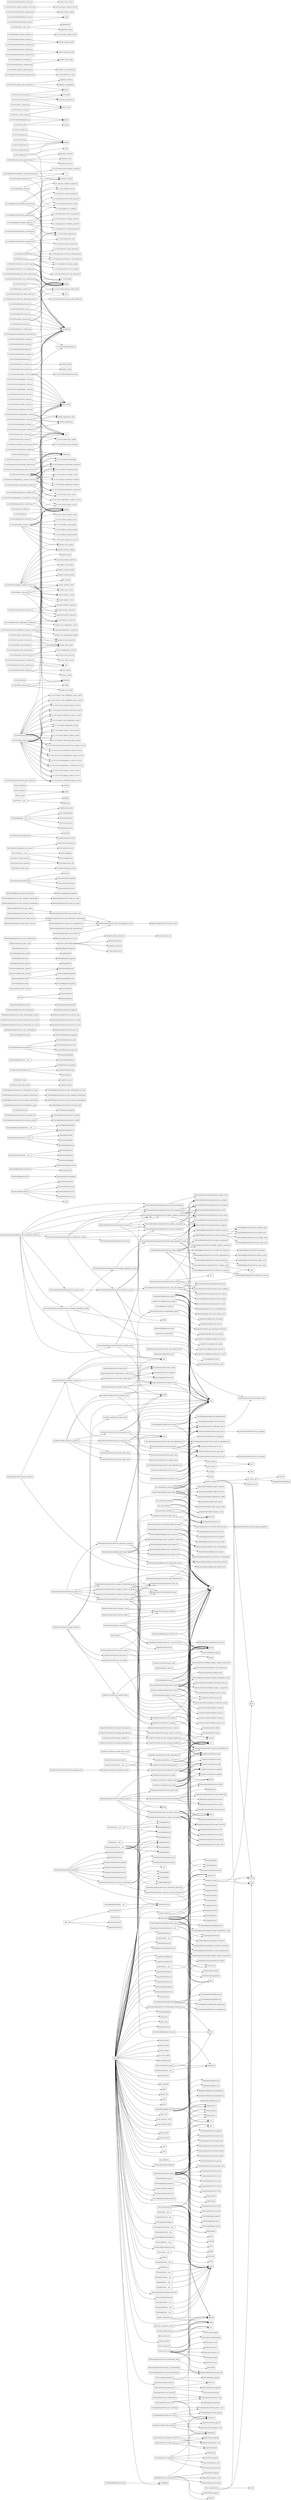
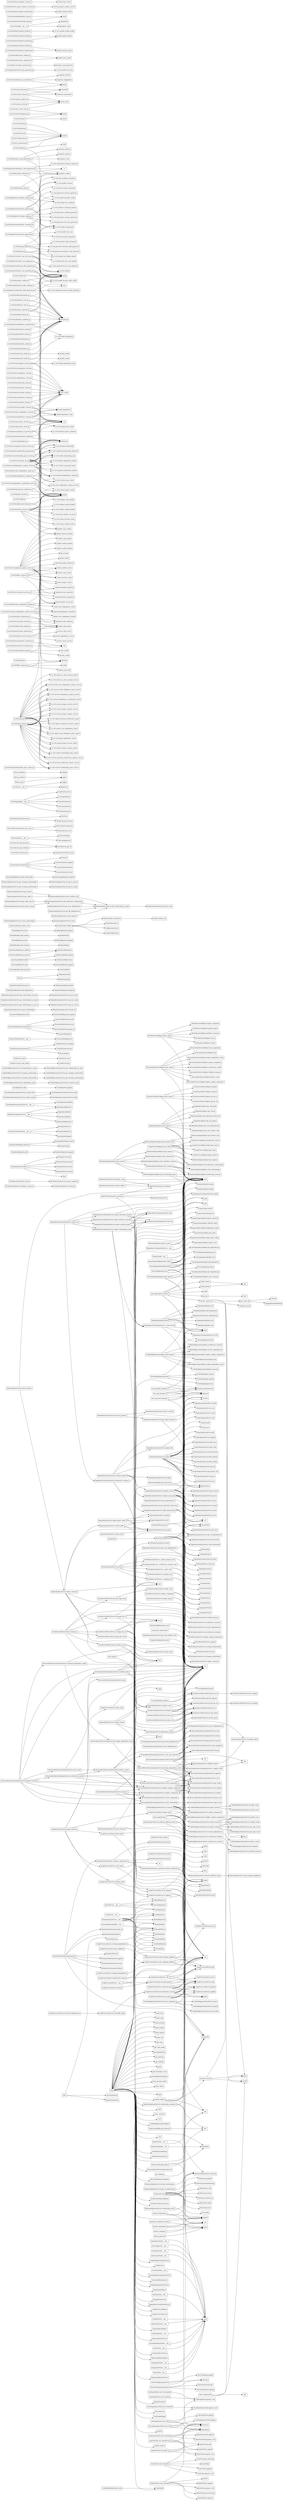
digraph "Relationship Graph" {
    rankdir=LR;
    node [shape=box];

    "ABC" -> "ParserInterface";
    "ABC" -> "RepositoryInterface";
    "ABC" -> "ServiceInterface";
+     "AICodeAssistantReport.print_report" -> "AICodeAssistantReport.answer";
+     "AICodeAssistantReport.print_report" -> "AICodeAssistantReport.explain_component";
+     "AICodeAssistantReport.print_report" -> "AICodeAssistantReport.explain_impact";
+     "AICodeAssistantReport.print_report" -> "AICodeAssistantReport.platform_summary";
+     "AICodeAssistantReport.print_report" -> "AICodeAssistantReport.search";
+     "AICodeAssistantReport.print_report" -> "print";
+     "AICodeAssistantService._architecture_summary_text" -> "AICodeAssistantService.architecture_summary";
+     "AICodeAssistantService._coupling_text" -> "AICodeAssistantService.highly_coupled_components";
+     "AICodeAssistantService._coupling_text" -> "len";
+     "AICodeAssistantService._cycles_text" -> "AICodeAssistantService.circular_dependencies";
+     "AICodeAssistantService._cycles_text" -> "len";
+     "AICodeAssistantService._health_summary_text" -> "AICodeAssistantService.health_summary";
+     "AICodeAssistantService._hotspots_text" -> "AICodeAssistantService.architecture_hotspots";
+     "AICodeAssistantService._hotspots_text" -> "len";
+     "AICodeAssistantService.answer" -> "AICodeAssistantService._architecture_summary_text";
+     "AICodeAssistantService.answer" -> "AICodeAssistantService._coupling_text";
+     "AICodeAssistantService.answer" -> "AICodeAssistantService._cycles_text";
+     "AICodeAssistantService.answer" -> "AICodeAssistantService._health_summary_text";
+     "AICodeAssistantService.answer" -> "AICodeAssistantService._hotspots_text";
+     "AICodeAssistantService.answer" -> "AICodeAssistantService.lower";
+     "AICodeAssistantService.explain_component" -> "AICodeAssistantService.append";
+     "AICodeAssistantService.explain_component" -> "AICodeAssistantService.incoming_relationships";
+     "AICodeAssistantService.explain_component" -> "AICodeAssistantService.join";
+     "AICodeAssistantService.explain_component" -> "AICodeAssistantService.outgoing_relationships";
+     "AICodeAssistantService.explain_component" -> "len";
+     "AICodeAssistantService.explain_impact" -> "AICodeAssistantService.impact_summary";
+     "AICodeAssistantService.explain_impact" -> "len";
+     "AICodeAssistantService.platform_summary" -> "AICodeAssistantService.summary";
+     "AICodeAssistantService.search" -> "AICodeAssistantService.search_component";
    "AdvancedArchitectureAnalysisService._dfs_cycle_detection" -> "AdvancedArchitectureAnalysisService.add";
    "AdvancedArchitectureAnalysisService._dfs_cycle_detection" -> "AdvancedArchitectureAnalysisService.append";
    "AdvancedArchitectureAnalysisService._dfs_cycle_detection" -> "AdvancedArchitectureAnalysisService.get_neighbors";
    "AdvancedArchitectureAnalysisService._dfs_cycle_detection" -> "AdvancedArchitectureAnalysisService.index";
    "AdvancedArchitectureAnalysisService._dfs_cycle_detection" -> "AdvancedArchitectureAnalysisService.pop";
    "AdvancedArchitectureAnalysisService._dfs_cycle_detection" -> "AdvancedArchitectureAnalysisService.remove";
    "AdvancedArchitectureAnalysisService._longest_chain" -> "dfs";
    "AdvancedArchitectureAnalysisService.architecture_smells" -> "AdvancedArchitectureAnalysisService.append";
    "AdvancedArchitectureAnalysisService.architecture_smells" -> "AdvancedArchitectureAnalysisService.detect_cycles";
    "AdvancedArchitectureAnalysisService.architecture_smells" -> "AdvancedArchitectureAnalysisService.highly_coupled_components";
    "AdvancedArchitectureAnalysisService.architecture_smells" -> "AdvancedArchitectureAnalysisService.hub_components";
    "AdvancedArchitectureAnalysisService.architecture_smells" -> "AdvancedArchitectureAnalysisService.join";
    "AdvancedArchitectureAnalysisService.cycle_count" -> "AdvancedArchitectureAnalysisService.detect_cycles";
    "AdvancedArchitectureAnalysisService.cycle_count" -> "len";
    "AdvancedArchitectureAnalysisService.detailed_summary" -> "AdvancedArchitectureAnalysisService.architecture_smells";
    "AdvancedArchitectureAnalysisService.detailed_summary" -> "AdvancedArchitectureAnalysisService.cycle_count";
    "AdvancedArchitectureAnalysisService.detailed_summary" -> "AdvancedArchitectureAnalysisService.highly_coupled_components";
    "AdvancedArchitectureAnalysisService.detailed_summary" -> "AdvancedArchitectureAnalysisService.hub_components";
    "AdvancedArchitectureAnalysisService.detailed_summary" -> "AdvancedArchitectureAnalysisService.maximum_dependency_depth";
    "AdvancedArchitectureAnalysisService.detailed_summary" -> "AdvancedArchitectureAnalysisService.orphan_components";
    "AdvancedArchitectureAnalysisService.detailed_summary" -> "AdvancedArchitectureAnalysisService.stability_index";
    "AdvancedArchitectureAnalysisService.detailed_summary" -> "AdvancedArchitectureAnalysisService.total_components";
    "AdvancedArchitectureAnalysisService.detailed_summary" -> "AdvancedArchitectureAnalysisService.total_relationships";
    "AdvancedArchitectureAnalysisService.detailed_summary" -> "len";
    "AdvancedArchitectureAnalysisService.detect_cycles" -> "AdvancedArchitectureAnalysisService._dfs_cycle_detection";
    "AdvancedArchitectureAnalysisService.detect_cycles" -> "AdvancedArchitectureAnalysisService.add";
    "AdvancedArchitectureAnalysisService.detect_cycles" -> "AdvancedArchitectureAnalysisService.append";
    "AdvancedArchitectureAnalysisService.detect_cycles" -> "AdvancedArchitectureAnalysisService.get_nodes";
    "AdvancedArchitectureAnalysisService.detect_cycles" -> "set";
    "AdvancedArchitectureAnalysisService.detect_cycles" -> "sorted";
    "AdvancedArchitectureAnalysisService.detect_cycles" -> "tuple";
    "AdvancedArchitectureAnalysisService.dfs" -> "AdvancedArchitectureAnalysisService.append";
    "AdvancedArchitectureAnalysisService.dfs" -> "AdvancedArchitectureAnalysisService.get_neighbors";
    "AdvancedArchitectureAnalysisService.dfs" -> "AdvancedArchitectureAnalysisService.pop";
    "AdvancedArchitectureAnalysisService.dfs" -> "dfs";
    "AdvancedArchitectureAnalysisService.dfs" -> "len";
    "AdvancedArchitectureAnalysisService.dfs" -> "list";
    "AdvancedArchitectureAnalysisService.find_deep_dependency_chains" -> "AdvancedArchitectureAnalysisService._longest_chain";
    "AdvancedArchitectureAnalysisService.find_deep_dependency_chains" -> "AdvancedArchitectureAnalysisService.append";
    "AdvancedArchitectureAnalysisService.find_deep_dependency_chains" -> "AdvancedArchitectureAnalysisService.get_nodes";
    "AdvancedArchitectureAnalysisService.find_deep_dependency_chains" -> "AdvancedArchitectureAnalysisService.sort";
    "AdvancedArchitectureAnalysisService.find_deep_dependency_chains" -> "len";
    "AdvancedArchitectureAnalysisService.highly_coupled_components" -> "AdvancedArchitectureAnalysisService.append";
    "AdvancedArchitectureAnalysisService.highly_coupled_components" -> "AdvancedArchitectureAnalysisService.get_nodes";
    "AdvancedArchitectureAnalysisService.highly_coupled_components" -> "AdvancedArchitectureAnalysisService.in_degree";
    "AdvancedArchitectureAnalysisService.highly_coupled_components" -> "AdvancedArchitectureAnalysisService.out_degree";
    "AdvancedArchitectureAnalysisService.highly_coupled_components" -> "AdvancedArchitectureAnalysisService.sort";
    "AdvancedArchitectureAnalysisService.hub_components" -> "AdvancedArchitectureAnalysisService.append";
    "AdvancedArchitectureAnalysisService.hub_components" -> "AdvancedArchitectureAnalysisService.get_nodes";
    "AdvancedArchitectureAnalysisService.hub_components" -> "AdvancedArchitectureAnalysisService.in_degree";
    "AdvancedArchitectureAnalysisService.hub_components" -> "AdvancedArchitectureAnalysisService.out_degree";
    "AdvancedArchitectureAnalysisService.hub_components" -> "AdvancedArchitectureAnalysisService.sort";
    "AdvancedArchitectureAnalysisService.longest_dependency_chain" -> "AdvancedArchitectureAnalysisService.find_deep_dependency_chains";
    "AdvancedArchitectureAnalysisService.maximum_dependency_depth" -> "AdvancedArchitectureAnalysisService.longest_dependency_chain";
    "AdvancedArchitectureAnalysisService.maximum_dependency_depth" -> "len";
    "AdvancedArchitectureAnalysisService.maximum_dependency_depth" -> "max";
    "AdvancedArchitectureAnalysisService.orphan_components" -> "AdvancedArchitectureAnalysisService.append";
    "AdvancedArchitectureAnalysisService.orphan_components" -> "AdvancedArchitectureAnalysisService.get_nodes";
    "AdvancedArchitectureAnalysisService.orphan_components" -> "AdvancedArchitectureAnalysisService.in_degree";
    "AdvancedArchitectureAnalysisService.orphan_components" -> "AdvancedArchitectureAnalysisService.out_degree";
    "AdvancedArchitectureAnalysisService.orphan_components" -> "sorted";
    "AdvancedArchitectureAnalysisService.stability_index" -> "AdvancedArchitectureAnalysisService.highly_coupled_components";
    "AdvancedArchitectureAnalysisService.stability_index" -> "AdvancedArchitectureAnalysisService.total_components";
    "AdvancedArchitectureAnalysisService.stability_index" -> "len";
    "AdvancedArchitectureAnalysisService.stability_index" -> "max";
    "AdvancedArchitectureAnalysisService.stability_index" -> "round";
    "AdvancedArchitectureAnalysisService.summary" -> "AdvancedArchitectureAnalysisService.highly_coupled_components";
    "AdvancedArchitectureAnalysisService.summary" -> "AdvancedArchitectureAnalysisService.orphan_components";
    "AdvancedArchitectureAnalysisService.summary" -> "AdvancedArchitectureAnalysisService.total_components";
    "AdvancedArchitectureAnalysisService.summary" -> "AdvancedArchitectureAnalysisService.total_relationships";
    "AdvancedArchitectureAnalysisService.summary" -> "len";
    "AdvancedArchitectureAnalysisService.total_components" -> "AdvancedArchitectureAnalysisService.node_count";
    "AdvancedArchitectureAnalysisService.total_relationships" -> "AdvancedArchitectureAnalysisService.edge_count";
    "AdvancedArchitectureReport.print_report" -> "AdvancedArchitectureReport.architecture_smells";
    "AdvancedArchitectureReport.print_report" -> "AdvancedArchitectureReport.detailed_summary";
    "AdvancedArchitectureReport.print_report" -> "AdvancedArchitectureReport.detect_cycles";
    "AdvancedArchitectureReport.print_report" -> "AdvancedArchitectureReport.highly_coupled_components";
    "AdvancedArchitectureReport.print_report" -> "AdvancedArchitectureReport.hub_components";
    "AdvancedArchitectureReport.print_report" -> "AdvancedArchitectureReport.join";
    "AdvancedArchitectureReport.print_report" -> "AdvancedArchitectureReport.longest_dependency_chain";
    "AdvancedArchitectureReport.print_report" -> "AdvancedArchitectureReport.orphan_components";
    "AdvancedArchitectureReport.print_report" -> "print";
    "AnnotationVisitor.__init__" -> "super";
    "ArchitectureMetricsReport.print_report" -> "ArchitectureMetricsReport.hotspots";
    "ArchitectureMetricsReport.print_report" -> "ArchitectureMetricsReport.summary";
    "ArchitectureMetricsReport.print_report" -> "ArchitectureMetricsReport.top_fan_in";
    "ArchitectureMetricsReport.print_report" -> "ArchitectureMetricsReport.top_fan_out";
    "ArchitectureMetricsReport.print_report" -> "print";
    "ArchitectureMetricsService.average_fan_in" -> "ArchitectureMetricsService.get_fan_in";
    "ArchitectureMetricsService.average_fan_in" -> "ArchitectureMetricsService.get_nodes";
    "ArchitectureMetricsService.average_fan_in" -> "len";
    "ArchitectureMetricsService.average_fan_in" -> "round";
    "ArchitectureMetricsService.average_fan_in" -> "sum";
    "ArchitectureMetricsService.average_fan_out" -> "ArchitectureMetricsService.get_fan_out";
    "ArchitectureMetricsService.average_fan_out" -> "ArchitectureMetricsService.get_nodes";
    "ArchitectureMetricsService.average_fan_out" -> "len";
    "ArchitectureMetricsService.average_fan_out" -> "round";
    "ArchitectureMetricsService.average_fan_out" -> "sum";
    "ArchitectureMetricsService.get_edge_count" -> "ArchitectureMetricsService.edge_count";
    "ArchitectureMetricsService.get_fan_in" -> "ArchitectureMetricsService.in_degree";
    "ArchitectureMetricsService.get_fan_out" -> "ArchitectureMetricsService.out_degree";
    "ArchitectureMetricsService.get_node_count" -> "ArchitectureMetricsService.node_count";
    "ArchitectureMetricsService.health_score" -> "ArchitectureMetricsService.hotspots";
    "ArchitectureMetricsService.health_score" -> "len";
    "ArchitectureMetricsService.health_score" -> "max";
    "ArchitectureMetricsService.hotspots" -> "ArchitectureMetricsService.append";
    "ArchitectureMetricsService.hotspots" -> "ArchitectureMetricsService.get_fan_in";
    "ArchitectureMetricsService.hotspots" -> "ArchitectureMetricsService.get_fan_out";
    "ArchitectureMetricsService.hotspots" -> "ArchitectureMetricsService.get_nodes";
    "ArchitectureMetricsService.hotspots" -> "ArchitectureMetricsService.sort";
    "ArchitectureMetricsService.summary" -> "ArchitectureMetricsService.average_fan_in";
    "ArchitectureMetricsService.summary" -> "ArchitectureMetricsService.average_fan_out";
    "ArchitectureMetricsService.summary" -> "ArchitectureMetricsService.get_edge_count";
    "ArchitectureMetricsService.summary" -> "ArchitectureMetricsService.get_node_count";
    "ArchitectureMetricsService.summary" -> "ArchitectureMetricsService.health_score";
    "ArchitectureMetricsService.summary" -> "ArchitectureMetricsService.hotspots";
    "ArchitectureMetricsService.summary" -> "len";
    "ArchitectureMetricsService.top_fan_in" -> "ArchitectureMetricsService.get_fan_in";
    "ArchitectureMetricsService.top_fan_in" -> "ArchitectureMetricsService.get_nodes";
    "ArchitectureMetricsService.top_fan_in" -> "ArchitectureMetricsService.sort";
    "ArchitectureMetricsService.top_fan_out" -> "ArchitectureMetricsService.get_fan_out";
    "ArchitectureMetricsService.top_fan_out" -> "ArchitectureMetricsService.get_nodes";
    "ArchitectureMetricsService.top_fan_out" -> "ArchitectureMetricsService.sort";
    "AssignmentVisitor.__init__" -> "super";
    "BaseVisitor" -> "AnnotationVisitor";
    "BaseVisitor" -> "AssignmentVisitor";
    "BaseVisitor" -> "CallGraphVisitor";
    "BaseVisitor" -> "ClassDependencyVisitor";
    "BaseVisitor" -> "ClassVisitor";
    "BaseVisitor" -> "ComplexityVisitor";
    "BaseVisitor" -> "DependencyVisitor";
    "BaseVisitor" -> "DocstringVisitor";
    "BaseVisitor" -> "ExceptionVisitor";
    "BaseVisitor" -> "FunctionVisitor";
    "BaseVisitor" -> "ImportVisitor";
    "BaseVisitor" -> "InheritanceVisitor";
    "BaseVisitor" -> "MethodVisitor";
    "BaseVisitor" -> "VariableVisitor";
    "BaseVisitor.__init__" -> "super";
    "BoundaryDetector.detect" -> "BoundaryConstraint";
    "BoundaryDetector.detect" -> "BoundaryDetector.group";
    "BoundaryDetector.detect" -> "BoundaryDetector.lower";
    "BoundaryDetector.detect" -> "BoundaryDetector.search";
    "BoundaryDetector.detect" -> "float";
    "BoundaryExporter.export_to_json" -> "BoundaryExporter.dump";
    "BoundaryExporter.export_to_json" -> "BoundaryExporter.mkdir";
    "BoundaryExporter.export_to_json" -> "Path";
    "BoundaryExporter.export_to_json" -> "asdict";
    "BoundaryExporter.export_to_json" -> "open";
    "BoundaryExporter.export_to_json" -> "print";
    "BoundaryRepository.add" -> "BoundaryRepository.append";
    "BoundaryRuleEngine.generate" -> "BoundaryRuleEngine.extend";
    "BoundaryRuleEngine.generate" -> "BoundaryValue";
    "BoundaryValueGenerator.__init__" -> "BoundaryDetector";
    "BoundaryValueGenerator.__init__" -> "BoundaryRepository";
    "BoundaryValueGenerator.__init__" -> "BoundaryRuleEngine";
    "BoundaryValueGenerator._generate_numeric_boundaries" -> "BoundaryModel";
    "BoundaryValueGenerator._generate_numeric_boundaries" -> "BoundaryValueGenerator.add";
    "BoundaryValueGenerator._generate_numeric_boundaries" -> "str";
    "BoundaryValueGenerator._process_requirement" -> "BoundaryValueGenerator._generate_numeric_boundaries";
    "BoundaryValueGenerator._process_requirement" -> "BoundaryValueGenerator.group";
    "BoundaryValueGenerator._process_requirement" -> "BoundaryValueGenerator.search";
    "BoundaryValueGenerator._process_requirement" -> "int";
    "BoundaryValueGenerator.generate" -> "BoundaryAnalysisResult";
    "BoundaryValueGenerator.generate" -> "BoundaryTestCase";
    "BoundaryValueGenerator.generate" -> "BoundaryValueGenerator._process_requirement";
    "BoundaryValueGenerator.generate" -> "BoundaryValueGenerator.append";
    "BoundaryValueGenerator.generate" -> "BoundaryValueGenerator.clear";
    "BoundaryValueGenerator.generate" -> "BoundaryValueGenerator.detect";
    "BoundaryValueGenerator.generate" -> "BoundaryValueGenerator.get_all";
    "BoundaryValueGenerator.generate" -> "enumerate";
    "CallGraphVisitor.__init__" -> "super";
    "CallGraphVisitor.visit_Call" -> "CallGraphVisitor.append";
    "CallGraphVisitor.visit_Call" -> "CallGraphVisitor.generic_visit";
    "CallGraphVisitor.visit_Call" -> "Dependency";
    "CallGraphVisitor.visit_Call" -> "isinstance";
    "CallGraphVisitor.visit_ClassDef" -> "CallGraphVisitor.generic_visit";
    "CallGraphVisitor.visit_FunctionDef" -> "CallGraphVisitor.generic_visit";
    "ClassDependencyAnalysisService.__init__" -> "ClassDependencyBuilder";
    "ClassDependencyAnalysisService.__init__" -> "DependencyRepository";
    "ClassDependencyAnalysisService.analyze_file" -> "ClassDependencyAnalysisService.build";
    "ClassDependencyAnalysisService.analyze_project" -> "ClassDependencyAnalysisService.build";
    "ClassDependencyAnalysisService.analyze_project" -> "ClassDependencyAnalysisService.rglob";
    "ClassDependencyAnalysisService.get_dependencies" -> "ClassDependencyAnalysisService.get_all_dependencies";
    "ClassDependencyAnalysisService.get_total_dependencies" -> "ClassDependencyAnalysisService.get_all_dependencies";
    "ClassDependencyAnalysisService.get_total_dependencies" -> "len";
    "ClassDependencyBuilder.__init__" -> "PythonASTParser";
    "ClassDependencyBuilder.build" -> "ClassDependencyBuilder.add_dependency";
    "ClassDependencyBuilder.build" -> "ClassDependencyBuilder.get_dependencies";
    "ClassDependencyBuilder.build" -> "ClassDependencyBuilder.parse";
    "ClassDependencyBuilder.build" -> "ClassDependencyBuilder.visit";
    "ClassDependencyBuilder.build" -> "ClassDependencyVisitor";
    "ClassDependencyReport.print_report" -> "ClassDependencyReport.get_dependencies";
    "ClassDependencyReport.print_report" -> "ClassDependencyReport.most_common";
    "ClassDependencyReport.print_report" -> "Counter";
    "ClassDependencyReport.print_report" -> "len";
    "ClassDependencyReport.print_report" -> "print";
    "ClassDependencyVisitor.__init__" -> "super";
    "ClassDependencyVisitor.visit_Call" -> "ClassDependencyVisitor.append";
    "ClassDependencyVisitor.visit_Call" -> "ClassDependencyVisitor.generic_visit";
    "ClassDependencyVisitor.visit_Call" -> "Dependency";
    "ClassDependencyVisitor.visit_Call" -> "isinstance";
    "ClassDependencyVisitor.visit_ClassDef" -> "ClassDependencyVisitor.generic_visit";
    "ClassRepository.add" -> "ClassRepository.append";
    "ClassVisitor.__init__" -> "super";
    "ClassVisitor.visit_ClassDef" -> "ClassModel";
    "ClassVisitor.visit_ClassDef" -> "ClassVisitor.append";
    "ClassVisitor.visit_ClassDef" -> "ClassVisitor.generic_visit";
    "ClassVisitor.visit_ClassDef" -> "ClassVisitor.get_docstring";
    "ClassVisitor.visit_ClassDef" -> "isinstance";
    "CodeIntelligenceQueryReport.print_report" -> "CodeIntelligenceQueryReport.architecture_hotspots";
    "CodeIntelligenceQueryReport.print_report" -> "CodeIntelligenceQueryReport.circular_dependencies";
    "CodeIntelligenceQueryReport.print_report" -> "CodeIntelligenceQueryReport.highly_coupled_components";
    "CodeIntelligenceQueryReport.print_report" -> "CodeIntelligenceQueryReport.join";
    "CodeIntelligenceQueryReport.print_report" -> "CodeIntelligenceQueryReport.longest_dependency_chain";
    "CodeIntelligenceQueryReport.print_report" -> "CodeIntelligenceQueryReport.summary";
    "CodeIntelligenceQueryReport.print_report" -> "print";
    "CodeIntelligenceQueryService.architecture_hotspots" -> "CodeIntelligenceQueryService.hotspots";
    "CodeIntelligenceQueryService.architecture_summary" -> "CodeIntelligenceQueryService.detailed_summary";
    "CodeIntelligenceQueryService.circular_dependencies" -> "CodeIntelligenceQueryService.detect_cycles";
    "CodeIntelligenceQueryService.dependency_path" -> "CodeIntelligenceQueryService.shortest_path";
    "CodeIntelligenceQueryService.graph_statistics" -> "CodeIntelligenceQueryService.edge_count";
    "CodeIntelligenceQueryService.graph_statistics" -> "CodeIntelligenceQueryService.node_count";
    "CodeIntelligenceQueryService.health_summary" -> "CodeIntelligenceQueryService.health_score";
    "CodeIntelligenceQueryService.health_summary" -> "CodeIntelligenceQueryService.stability_index";
    "CodeIntelligenceQueryService.incoming_relationships" -> "CodeIntelligenceQueryService.get_incoming_relationships";
    "CodeIntelligenceQueryService.outgoing_relationships" -> "CodeIntelligenceQueryService.get_outgoing_relationships";
    "CodeIntelligenceQueryService.project_summary" -> "CodeIntelligenceQueryService.get_edge_count";
    "CodeIntelligenceQueryService.project_summary" -> "CodeIntelligenceQueryService.get_node_count";
    "CodeIntelligenceQueryService.project_summary" -> "CodeIntelligenceQueryService.health_score";
    "CodeIntelligenceQueryService.project_summary" -> "CodeIntelligenceQueryService.stability_index";
    "CodeIntelligenceQueryService.relationships_by_type" -> "CodeIntelligenceQueryService.get_relationships_by_type";
    "CodeIntelligenceQueryService.search_component" -> "CodeIntelligenceQueryService.append";
    "CodeIntelligenceQueryService.search_component" -> "CodeIntelligenceQueryService.get_nodes";
    "CodeIntelligenceQueryService.search_component" -> "CodeIntelligenceQueryService.lower";
    "CodeIntelligenceQueryService.search_component" -> "sorted";
    "CodeIntelligenceQueryService.summary" -> "CodeIntelligenceQueryService.architecture_hotspots";
    "CodeIntelligenceQueryService.summary" -> "CodeIntelligenceQueryService.architecture_summary";
    "CodeIntelligenceQueryService.summary" -> "CodeIntelligenceQueryService.circular_dependencies";
    "CodeIntelligenceQueryService.summary" -> "CodeIntelligenceQueryService.graph_statistics";
    "CodeIntelligenceQueryService.summary" -> "CodeIntelligenceQueryService.health_summary";
    "CodeIntelligenceQueryService.summary" -> "CodeIntelligenceQueryService.highly_coupled_components";
    "CodeIntelligenceQueryService.summary" -> "CodeIntelligenceQueryService.orphan_components";
    "CodeIntelligenceQueryService.summary" -> "CodeIntelligenceQueryService.project_summary";
    "CodeIntelligenceQueryService.summary" -> "len";
    "CodeModelBuilder.build_code" -> "CodeModel";
    "CodeService.__init__" -> "CodeRepository";
    "CodeService.get_code_model" -> "CodeService.get";
    "CodeService.load" -> "CodeService.save";
    "ComplexityVisitor.__init__" -> "super";
    "ConditionGenerator.generate" -> "ConditionGenerator.append";
    "ConditionGenerator.generate" -> "ConditionGenerator.get";
    "ConditionGenerator.generate" -> "TestCondition";
    "CoverageAnalyzer.analyze" -> "CoverageAnalyzer.lower";
    "CoverageAnalyzer.analyze" -> "len";
    "DecisionTableGenerator.__init__" -> "DecisionTableRepository";
    "DecisionTableGenerator.generate" -> "DecisionTableGenerator.add";
    "DecisionTableGenerator.generate" -> "DecisionTableGenerator.clear";
    "DecisionTableGenerator.generate" -> "DecisionTableGenerator.get_all";
    "DecisionTableGenerator.generate" -> "DecisionTableModel";
    "DecisionTableRepository.add" -> "DecisionTableRepository.append";
    "DependencyAnalysisService.__init__" -> "DependencyBuilder";
    "DependencyAnalysisService.__init__" -> "DependencyRepository";
    "DependencyAnalysisService.__init__" -> "InheritanceBuilder";
    "DependencyAnalysisService.__init__" -> "RelationshipRepository";
    "DependencyAnalysisService.analyze_call_graph" -> "CallGraphVisitor";
    "DependencyAnalysisService.analyze_call_graph" -> "DependencyAnalysisService.extend";
    "DependencyAnalysisService.analyze_call_graph" -> "DependencyAnalysisService.get_calls";
    "DependencyAnalysisService.analyze_call_graph" -> "DependencyAnalysisService.parse";
    "DependencyAnalysisService.analyze_call_graph" -> "DependencyAnalysisService.read";
    "DependencyAnalysisService.analyze_call_graph" -> "DependencyAnalysisService.visit";
    "DependencyAnalysisService.analyze_call_graph" -> "open";
    "DependencyAnalysisService.analyze_classes" -> "ClassVisitor";
    "DependencyAnalysisService.analyze_classes" -> "DependencyAnalysisService.extend";
    "DependencyAnalysisService.analyze_classes" -> "DependencyAnalysisService.get_classes";
    "DependencyAnalysisService.analyze_classes" -> "DependencyAnalysisService.parse";
    "DependencyAnalysisService.analyze_classes" -> "DependencyAnalysisService.read";
    "DependencyAnalysisService.analyze_classes" -> "DependencyAnalysisService.visit";
    "DependencyAnalysisService.analyze_classes" -> "open";
    "DependencyAnalysisService.analyze_file" -> "DependencyAnalysisService.build";
    "DependencyAnalysisService.analyze_project" -> "DependencyAnalysisService.analyze_call_graph";
    "DependencyAnalysisService.analyze_project" -> "DependencyAnalysisService.analyze_classes";
    "DependencyAnalysisService.analyze_project" -> "DependencyAnalysisService.analyze_file";
    "DependencyAnalysisService.analyze_project" -> "DependencyAnalysisService.build";
    "DependencyAnalysisService.analyze_project" -> "DependencyAnalysisService.build_relationships";
    "DependencyAnalysisService.analyze_project" -> "DependencyAnalysisService.clear";
    "DependencyAnalysisService.analyze_project" -> "DependencyAnalysisService.rglob";
    "DependencyAnalysisService.build_relationships" -> "DependencyAnalysisService.add_relationship";
    "DependencyAnalysisService.build_relationships" -> "DependencyAnalysisService.clear";
    "DependencyAnalysisService.build_relationships" -> "DependencyAnalysisService.get_all_dependencies";
    "DependencyAnalysisService.build_relationships" -> "DependencyAnalysisService.get_hierarchy";
    "DependencyAnalysisService.build_relationships" -> "DependencyAnalysisService.items";
    "DependencyAnalysisService.build_relationships" -> "Relationship";
    "DependencyAnalysisService.get_dependencies" -> "DependencyAnalysisService.get_all_dependencies";
    "DependencyAnalysisService.get_import_statistics" -> "Counter";
    "DependencyAnalysisService.get_import_statistics" -> "DependencyAnalysisService.get_all_dependencies";
    "DependencyAnalysisService.get_inheritance_hierarchy" -> "DependencyAnalysisService.get_hierarchy";
    "DependencyAnalysisService.get_relationships" -> "DependencyAnalysisService.get_all";
    "DependencyAnalysisService.get_relationships_by_source" -> "DependencyAnalysisService.get_by_source";
    "DependencyAnalysisService.get_relationships_by_target" -> "DependencyAnalysisService.get_by_target";
    "DependencyAnalysisService.get_relationships_by_type" -> "DependencyAnalysisService.get_by_type";
    "DependencyAnalysisService.get_top_imports" -> "DependencyAnalysisService.get_import_statistics";
    "DependencyAnalysisService.get_top_imports" -> "DependencyAnalysisService.most_common";
    "DependencyAnalysisService.get_total_dependencies" -> "DependencyAnalysisService.get_all_dependencies";
    "DependencyAnalysisService.get_total_dependencies" -> "len";
    "DependencyAnalysisService.get_total_method_calls" -> "len";
    "DependencyBuilder.build" -> "DependencyBuilder.add_dependency";
    "DependencyBuilder.build" -> "DependencyBuilder.get_dependencies";
    "DependencyBuilder.build" -> "DependencyBuilder.parse";
    "DependencyBuilder.build" -> "DependencyBuilder.read";
    "DependencyBuilder.build" -> "DependencyBuilder.visit";
    "DependencyBuilder.build" -> "ImportVisitor";
    "DependencyBuilder.build" -> "open";
    "DependencyBuilder.build" -> "str";
    "DependencyReport.print_report" -> "DependencyReport.get_call_graph";
    "DependencyReport.print_report" -> "DependencyReport.get_classes";
    "DependencyReport.print_report" -> "DependencyReport.get_inheritance_hierarchy";
    "DependencyReport.print_report" -> "DependencyReport.get_top_imports";
    "DependencyReport.print_report" -> "DependencyReport.get_total_dependencies";
    "DependencyReport.print_report" -> "DependencyReport.get_total_method_calls";
    "DependencyReport.print_report" -> "len";
    "DependencyReport.print_report" -> "print";
    "DependencyReport.print_report" -> "sorted";
    "DependencyRepository.add_dependency" -> "DependencyRepository.append";
    "DependencyRepository.count" -> "len";
    "DependencyRepository.exists" -> "DependencyRepository.find";
    "DependencyVisitor.__init__" -> "super";
    "DependencyVisualizationService.__init__" -> "DependencyVisualizationService.mkdir";
    "DependencyVisualizationService.__init__" -> "Path";
    "DependencyVisualizationService._write_dot_file" -> "DependencyVisualizationService.write";
    "DependencyVisualizationService._write_dot_file" -> "open";
    "DependencyVisualizationService._write_dot_file" -> "sorted";
    "DependencyVisualizationService.export_all" -> "DependencyVisualizationService.export_inheritance_graph";
    "DependencyVisualizationService.export_all" -> "DependencyVisualizationService.export_method_call_graph";
    "DependencyVisualizationService.export_all" -> "DependencyVisualizationService.export_module_graph";
    "DependencyVisualizationService.export_all" -> "DependencyVisualizationService.export_relationship_graph";
    "DependencyVisualizationService.export_all" -> "DependencyVisualizationService.generate_summary";
    "DependencyVisualizationService.export_all" -> "print";
    "DependencyVisualizationService.export_inheritance_graph" -> "DependencyVisualizationService._write_dot_file";
    "DependencyVisualizationService.export_inheritance_graph" -> "DependencyVisualizationService.add";
    "DependencyVisualizationService.export_inheritance_graph" -> "DependencyVisualizationService.get_all";
    "DependencyVisualizationService.export_inheritance_graph" -> "print";
    "DependencyVisualizationService.export_inheritance_graph" -> "set";
    "DependencyVisualizationService.export_method_call_graph" -> "DependencyVisualizationService._write_dot_file";
    "DependencyVisualizationService.export_method_call_graph" -> "DependencyVisualizationService.add";
    "DependencyVisualizationService.export_method_call_graph" -> "DependencyVisualizationService.get_all";
    "DependencyVisualizationService.export_method_call_graph" -> "print";
    "DependencyVisualizationService.export_method_call_graph" -> "set";
    "DependencyVisualizationService.export_module_graph" -> "DependencyVisualizationService._write_dot_file";
    "DependencyVisualizationService.export_module_graph" -> "DependencyVisualizationService.add";
    "DependencyVisualizationService.export_module_graph" -> "DependencyVisualizationService.get_all";
    "DependencyVisualizationService.export_module_graph" -> "print";
    "DependencyVisualizationService.export_module_graph" -> "set";
    "DependencyVisualizationService.export_relationship_graph" -> "DependencyVisualizationService._write_dot_file";
    "DependencyVisualizationService.export_relationship_graph" -> "DependencyVisualizationService.add";
    "DependencyVisualizationService.export_relationship_graph" -> "DependencyVisualizationService.get_all";
    "DependencyVisualizationService.export_relationship_graph" -> "print";
    "DependencyVisualizationService.export_relationship_graph" -> "set";
    "DependencyVisualizationService.generate_summary" -> "DependencyVisualizationService.get_all";
    "DependencyVisualizationService.generate_summary" -> "len";
    "DependencyVisualizationService.generate_summary" -> "print";
    "DependencyVisualizationService.generate_summary" -> "sum";
    "DocstringVisitor.__init__" -> "super";
    "Enum" -> "DependencyType";
    "Enum" -> "RelationshipType";
    "ExceptionVisitor.__init__" -> "super";
    "FileScanner.scan" -> "FileScanner.append";
    "FileScanner.scan" -> "FileScanner.fromtimestamp";
    "FileScanner.scan" -> "FileScanner.is_file";
    "FileScanner.scan" -> "FileScanner.lower";
    "FileScanner.scan" -> "FileScanner.relative_to";
    "FileScanner.scan" -> "FileScanner.rglob";
    "FileScanner.scan" -> "FileScanner.stat";
    "FileScanner.scan" -> "SourceFile";
    "FileScanner.scan" -> "any";
    "FunctionBuilder.build_function" -> "FunctionModel";
    "FunctionRepository.add" -> "FunctionRepository.append";
    "FunctionVisitor.__init__" -> "super";
    "GraphTraversalReport.print_report" -> "GraphTraversalReport.breadth_first_search";
    "GraphTraversalReport.print_report" -> "GraphTraversalReport.depth_first_search";
    "GraphTraversalReport.print_report" -> "GraphTraversalReport.get_nodes";
    "GraphTraversalReport.print_report" -> "GraphTraversalReport.graph_statistics";
    "GraphTraversalReport.print_report" -> "len";
    "GraphTraversalReport.print_report" -> "print";
    "GraphTraversalService.__init__" -> "GraphTraversalService.build_graph";
    "GraphTraversalService.__init__" -> "defaultdict";
    "GraphTraversalService.__init__" -> "set";
    "GraphTraversalService._dfs" -> "GraphTraversalService.add";
    "GraphTraversalService._dfs" -> "GraphTraversalService.append";
    "GraphTraversalService._dfs" -> "GraphTraversalService.get";
    "GraphTraversalService._dfs" -> "set";
    "GraphTraversalService._dfs" -> "sorted";
    "GraphTraversalService.breadth_first_search" -> "GraphTraversalService.add";
    "GraphTraversalService.breadth_first_search" -> "GraphTraversalService.append";
    "GraphTraversalService.breadth_first_search" -> "GraphTraversalService.get";
    "GraphTraversalService.breadth_first_search" -> "GraphTraversalService.popleft";
    "GraphTraversalService.breadth_first_search" -> "deque";
    "GraphTraversalService.breadth_first_search" -> "set";
    "GraphTraversalService.breadth_first_search" -> "sorted";
    "GraphTraversalService.build_graph" -> "GraphTraversalService.add";
    "GraphTraversalService.build_graph" -> "GraphTraversalService.clear";
    "GraphTraversalService.build_graph" -> "GraphTraversalService.get_all";
    "GraphTraversalService.depth_first_search" -> "GraphTraversalService._dfs";
    "GraphTraversalService.depth_first_search" -> "set";
    "GraphTraversalService.edge_count" -> "GraphTraversalService.get_all";
    "GraphTraversalService.edge_count" -> "len";
    "GraphTraversalService.get_incoming_neighbors" -> "GraphTraversalService.get";
    "GraphTraversalService.get_incoming_neighbors" -> "set";
    "GraphTraversalService.get_incoming_neighbors" -> "sorted";
    "GraphTraversalService.get_neighbors" -> "GraphTraversalService.get_outgoing_neighbors";
    "GraphTraversalService.get_nodes" -> "sorted";
    "GraphTraversalService.get_outgoing_neighbors" -> "GraphTraversalService.get";
    "GraphTraversalService.get_outgoing_neighbors" -> "set";
    "GraphTraversalService.get_outgoing_neighbors" -> "sorted";
    "GraphTraversalService.graph_statistics" -> "GraphTraversalService.edge_count";
    "GraphTraversalService.graph_statistics" -> "GraphTraversalService.isolated_nodes";
    "GraphTraversalService.graph_statistics" -> "GraphTraversalService.leaf_nodes";
    "GraphTraversalService.graph_statistics" -> "GraphTraversalService.node_count";
    "GraphTraversalService.graph_statistics" -> "GraphTraversalService.root_nodes";
    "GraphTraversalService.graph_statistics" -> "len";
    "GraphTraversalService.has_path" -> "GraphTraversalService.add";
    "GraphTraversalService.has_path" -> "GraphTraversalService.append";
    "GraphTraversalService.has_path" -> "GraphTraversalService.get";
    "GraphTraversalService.has_path" -> "GraphTraversalService.popleft";
    "GraphTraversalService.has_path" -> "deque";
    "GraphTraversalService.has_path" -> "set";
    "GraphTraversalService.in_degree" -> "GraphTraversalService.get";
    "GraphTraversalService.in_degree" -> "len";
    "GraphTraversalService.in_degree" -> "set";
    "GraphTraversalService.incoming_dependencies" -> "GraphTraversalService.get_incoming_neighbors";
    "GraphTraversalService.isolated_nodes" -> "GraphTraversalService.in_degree";
    "GraphTraversalService.isolated_nodes" -> "GraphTraversalService.out_degree";
    "GraphTraversalService.isolated_nodes" -> "sorted";
    "GraphTraversalService.leaf_nodes" -> "GraphTraversalService.out_degree";
    "GraphTraversalService.leaf_nodes" -> "sorted";
    "GraphTraversalService.node_count" -> "len";
    "GraphTraversalService.out_degree" -> "GraphTraversalService.get";
    "GraphTraversalService.out_degree" -> "len";
    "GraphTraversalService.out_degree" -> "set";
    "GraphTraversalService.outgoing_dependencies" -> "GraphTraversalService.get_outgoing_neighbors";
    "GraphTraversalService.reachable_nodes" -> "GraphTraversalService.breadth_first_search";
    "GraphTraversalService.refresh" -> "GraphTraversalService.build_graph";
    "GraphTraversalService.root_nodes" -> "GraphTraversalService.in_degree";
    "GraphTraversalService.root_nodes" -> "sorted";
    "GraphTraversalService.shortest_path" -> "GraphTraversalService.add";
    "GraphTraversalService.shortest_path" -> "GraphTraversalService.append";
    "GraphTraversalService.shortest_path" -> "GraphTraversalService.get";
    "GraphTraversalService.shortest_path" -> "GraphTraversalService.popleft";
    "GraphTraversalService.shortest_path" -> "deque";
    "GraphTraversalService.shortest_path" -> "set";
    "GraphTraversalService.shortest_path" -> "sorted";
    "GraphTraversalService.transitive_dependencies" -> "GraphTraversalService.reachable_nodes";
    "ImpactAnalysisReport.print_report" -> "ImpactAnalysisReport.affected_nodes";
    "ImpactAnalysisReport.print_report" -> "ImpactAnalysisReport.dependency_depth";
    "ImpactAnalysisReport.print_report" -> "ImpactAnalysisReport.get_nodes";
    "ImpactAnalysisReport.print_report" -> "ImpactAnalysisReport.high_impact_nodes";
    "ImpactAnalysisReport.print_report" -> "ImpactAnalysisReport.impact_score";
    "ImpactAnalysisReport.print_report" -> "ImpactAnalysisReport.impact_summary";
    "ImpactAnalysisReport.print_report" -> "len";
    "ImpactAnalysisReport.print_report" -> "print";
    "ImpactAnalysisService.affected_nodes" -> "ImpactAnalysisService.reachable_nodes";
    "ImpactAnalysisService.analyze_impact" -> "ImpactAnalysisService.affected_nodes";
    "ImpactAnalysisService.analyze_impact" -> "ImpactAnalysisService.dependency_depth";
    "ImpactAnalysisService.analyze_impact" -> "ImpactAnalysisService.impact_score";
    "ImpactAnalysisService.analyze_impact" -> "len";
    "ImpactAnalysisService.critical_nodes" -> "ImpactAnalysisService.append";
    "ImpactAnalysisService.critical_nodes" -> "ImpactAnalysisService.get_nodes";
    "ImpactAnalysisService.critical_nodes" -> "ImpactAnalysisService.impact_score";
    "ImpactAnalysisService.critical_nodes" -> "ImpactAnalysisService.sort";
    "ImpactAnalysisService.dependency_depth" -> "ImpactAnalysisService.reachable_nodes";
    "ImpactAnalysisService.dependency_depth" -> "ImpactAnalysisService.shortest_path";
    "ImpactAnalysisService.dependency_depth" -> "len";
    "ImpactAnalysisService.directly_affected_nodes" -> "ImpactAnalysisService.get_outgoing_neighbors";
    "ImpactAnalysisService.high_impact_nodes" -> "ImpactAnalysisService.append";
    "ImpactAnalysisService.high_impact_nodes" -> "ImpactAnalysisService.get_nodes";
    "ImpactAnalysisService.high_impact_nodes" -> "ImpactAnalysisService.impact_score";
    "ImpactAnalysisService.high_impact_nodes" -> "ImpactAnalysisService.sort";
    "ImpactAnalysisService.impact_score" -> "ImpactAnalysisService.affected_nodes";
    "ImpactAnalysisService.impact_score" -> "len";
    "ImpactAnalysisService.impact_summary" -> "ImpactAnalysisService.critical_nodes";
    "ImpactAnalysisService.impact_summary" -> "ImpactAnalysisService.get_nodes";
    "ImpactAnalysisService.impact_summary" -> "ImpactAnalysisService.impact_score";
    "ImpactAnalysisService.impact_summary" -> "len";
    "ImpactAnalysisService.impact_summary" -> "max";
    "ImpactAnalysisService.impact_summary" -> "round";
    "ImpactAnalysisService.impact_summary" -> "sum";
    "ImpactAnalysisService.indirectly_affected_nodes" -> "ImpactAnalysisService.affected_nodes";
    "ImpactAnalysisService.indirectly_affected_nodes" -> "ImpactAnalysisService.directly_affected_nodes";
    "ImpactAnalysisService.indirectly_affected_nodes" -> "set";
    "ImpactAnalysisService.indirectly_affected_nodes" -> "sorted";
    "ImpactAnalysisService.node_exists" -> "ImpactAnalysisService.get_nodes";
    "ImpactAnalysisService.print_summary" -> "ImpactAnalysisService.impact_summary";
    "ImpactAnalysisService.print_summary" -> "print";
    "ImportVisitor.__init__" -> "set";
    "ImportVisitor.__init__" -> "super";
    "ImportVisitor.get_imports" -> "sorted";
    "ImportVisitor.visit_Import" -> "Dependency";
    "ImportVisitor.visit_Import" -> "ImportVisitor.add";
    "ImportVisitor.visit_Import" -> "ImportVisitor.append";
    "ImportVisitor.visit_Import" -> "ImportVisitor.generic_visit";
    "ImportVisitor.visit_ImportFrom" -> "Dependency";
    "ImportVisitor.visit_ImportFrom" -> "ImportVisitor.add";
    "ImportVisitor.visit_ImportFrom" -> "ImportVisitor.append";
    "ImportVisitor.visit_ImportFrom" -> "ImportVisitor.generic_visit";
    "InheritanceBuilder.__init__" -> "defaultdict";
    "InheritanceBuilder.build" -> "InheritanceBuilder.append";
    "InheritanceBuilder.build" -> "InheritanceBuilder.clear";
    "InheritanceBuilder.get_children" -> "InheritanceBuilder.get";
    "InheritanceBuilder.get_hierarchy" -> "dict";
    "InheritanceBuilder.get_parents" -> "InheritanceBuilder.get";
    "InheritanceBuilder.print_hierarchy" -> "print";
    "InheritanceBuilder.print_hierarchy" -> "sorted";
    "InheritanceVisitor.__init__" -> "super";
    "InheritanceVisitor.visit_ClassDef" -> "Dependency";
    "InheritanceVisitor.visit_ClassDef" -> "InheritanceVisitor.append";
    "InheritanceVisitor.visit_ClassDef" -> "InheritanceVisitor.generic_visit";
    "InheritanceVisitor.visit_ClassDef" -> "isinstance";
    "MethodBuilder.build_method" -> "MethodModel";
    "MethodRepository.add" -> "MethodRepository.append";
    "MethodVisitor.__init__" -> "super";
    "MethodVisitor.visit_ClassDef" -> "MethodVisitor.append";
    "MethodVisitor.visit_ClassDef" -> "MethodVisitor.generic_visit";
    "MethodVisitor.visit_ClassDef" -> "MethodVisitor.get_docstring";
    "MethodVisitor.visit_ClassDef" -> "MethodVisitor.unparse";
    "MethodVisitor.visit_ClassDef" -> "hasattr";
    "MethodVisitor.visit_ClassDef" -> "isinstance";
    "ModuleBuilder.build_module" -> "ModuleModel";
    "ModuleRepository.add" -> "ModuleRepository.append";
    "NodeVisitor" -> "BaseVisitor";
    "ParserInterface" -> "PythonASTParser";
    "ProjectAnalysisService.__init__" -> "ClassBuilder";
    "ProjectAnalysisService.__init__" -> "ClassRepository";
    "ProjectAnalysisService.__init__" -> "CodeModelBuilder";
    "ProjectAnalysisService.__init__" -> "CodeRepository";
    "ProjectAnalysisService.__init__" -> "FunctionBuilder";
    "ProjectAnalysisService.__init__" -> "FunctionRepository";
    "ProjectAnalysisService.__init__" -> "MethodBuilder";
    "ProjectAnalysisService.__init__" -> "MethodRepository";
    "ProjectAnalysisService.__init__" -> "ModuleBuilder";
    "ProjectAnalysisService.__init__" -> "ModuleRepository";
    "ProjectAnalysisService.__init__" -> "PythonASTParser";
    "ProjectAnalysisService.analyze" -> "ClassVisitor";
    "ProjectAnalysisService.analyze" -> "FileScanner";
    "ProjectAnalysisService.analyze" -> "FunctionVisitor";
    "ProjectAnalysisService.analyze" -> "ImportVisitor";
    "ProjectAnalysisService.analyze" -> "MethodVisitor";
    "ProjectAnalysisService.analyze" -> "ProjectAnalysisService.add";
    "ProjectAnalysisService.analyze" -> "ProjectAnalysisService.append";
    "ProjectAnalysisService.analyze" -> "ProjectAnalysisService.build_class";
    "ProjectAnalysisService.analyze" -> "ProjectAnalysisService.build_code";
    "ProjectAnalysisService.analyze" -> "ProjectAnalysisService.build_function";
    "ProjectAnalysisService.analyze" -> "ProjectAnalysisService.build_method";
    "ProjectAnalysisService.analyze" -> "ProjectAnalysisService.build_module";
    "ProjectAnalysisService.analyze" -> "ProjectAnalysisService.get_all";
    "ProjectAnalysisService.analyze" -> "ProjectAnalysisService.get_project_root";
    "ProjectAnalysisService.analyze" -> "ProjectAnalysisService.parse";
    "ProjectAnalysisService.analyze" -> "ProjectAnalysisService.save";
    "ProjectAnalysisService.analyze" -> "ProjectAnalysisService.scan";
    "ProjectAnalysisService.analyze" -> "ProjectAnalysisService.values";
    "ProjectAnalysisService.analyze" -> "ProjectAnalysisService.visit";
    "ProjectAnalysisService.analyze" -> "ProjectLoader";
    "ProjectAnalysisService.analyze" -> "str";
    "ProjectLoader.__init__" -> "Path";
    "ProjectLoader.__init__" -> "ProjectLoader.expanduser";
    "ProjectLoader.__init__" -> "ProjectLoader.resolve";
    "ProjectLoader.get_project_root" -> "ProjectLoader.validate";
    "ProjectLoader.is_directory" -> "ProjectLoader.is_dir";
    "ProjectLoader.validate" -> "FileNotFoundError";
    "ProjectLoader.validate" -> "NotADirectoryError";
    "ProjectLoader.validate" -> "ProjectLoader.exists";
    "ProjectLoader.validate" -> "ProjectLoader.is_directory";
    "PythonASTParser.parse" -> "PythonASTParser.read_text";
    "PythonASTParser.parse" -> "str";
    "RelationshipQueryReport.print_imports" -> "RelationshipQueryReport.get_imports";
    "RelationshipQueryReport.print_imports" -> "print";
    "RelationshipQueryReport.print_inheritance" -> "RelationshipQueryReport.get_inheritance_relationships";
    "RelationshipQueryReport.print_inheritance" -> "print";
    "RelationshipQueryReport.print_method_calls" -> "RelationshipQueryReport.get_method_calls";
    "RelationshipQueryReport.print_method_calls" -> "print";
    "RelationshipQueryReport.print_relationship_types" -> "RelationshipQueryReport.relationship_summary";
    "RelationshipQueryReport.print_relationship_types" -> "print";
    "RelationshipQueryReport.print_relationship_types" -> "sorted";
    "RelationshipQueryReport.print_report" -> "RelationshipQueryReport.print_imports";
    "RelationshipQueryReport.print_report" -> "RelationshipQueryReport.print_inheritance";
    "RelationshipQueryReport.print_report" -> "RelationshipQueryReport.print_method_calls";
    "RelationshipQueryReport.print_report" -> "RelationshipQueryReport.print_relationship_types";
    "RelationshipQueryReport.print_report" -> "RelationshipQueryReport.print_repository_statistics";
    "RelationshipQueryReport.print_report" -> "RelationshipQueryReport.print_summary";
    "RelationshipQueryReport.print_report" -> "print";
    "RelationshipQueryReport.print_repository_statistics" -> "RelationshipQueryReport.count_relationships";
    "RelationshipQueryReport.print_repository_statistics" -> "print";
    "RelationshipQueryReport.print_summary" -> "RelationshipQueryReport.count_relationships";
    "RelationshipQueryReport.print_summary" -> "RelationshipQueryReport.relationship_summary";
    "RelationshipQueryReport.print_summary" -> "len";
    "RelationshipQueryReport.print_summary" -> "print";
    "RelationshipQueryService.count_relationships" -> "RelationshipQueryService.count";
    "RelationshipQueryService.find_relationships" -> "RelationshipQueryService.get_all";
    "RelationshipQueryService.get_all_relationships" -> "RelationshipQueryService.get_all";
    "RelationshipQueryService.get_callees" -> "RelationshipQueryService.get_method_calls";
    "RelationshipQueryService.get_callers" -> "RelationshipQueryService.get_method_calls";
    "RelationshipQueryService.get_child_classes" -> "RelationshipQueryService.get_inheritance_relationships";
    "RelationshipQueryService.get_class_dependencies" -> "RelationshipQueryService.get_relationships_by_type";
    "RelationshipQueryService.get_file_dependencies" -> "RelationshipQueryService.get_relationships_by_type";
    "RelationshipQueryService.get_imports" -> "RelationshipQueryService.get_relationships_by_type";
    "RelationshipQueryService.get_incoming_relationships" -> "RelationshipQueryService.get_by_target";
    "RelationshipQueryService.get_inheritance_relationships" -> "RelationshipQueryService.get_relationships_by_type";
    "RelationshipQueryService.get_method_calls" -> "RelationshipQueryService.get_relationships_by_type";
    "RelationshipQueryService.get_outgoing_relationships" -> "RelationshipQueryService.get_by_source";
    "RelationshipQueryService.get_parent_classes" -> "RelationshipQueryService.get_inheritance_relationships";
    "RelationshipQueryService.get_relationships_by_type" -> "RelationshipQueryService.get_by_type";
    "RelationshipQueryService.print_summary" -> "RelationshipQueryService.relationship_summary";
    "RelationshipQueryService.print_summary" -> "print";
    "RelationshipQueryService.print_summary" -> "sorted";
    "RelationshipQueryService.relationship_exists" -> "RelationshipQueryService.get_all";
    "RelationshipQueryService.relationship_exists" -> "any";
    "RelationshipQueryService.relationship_summary" -> "Counter";
    "RelationshipQueryService.relationship_summary" -> "RelationshipQueryService.get_all";
    "RelationshipQueryService.relationship_summary" -> "dict";
    "RelationshipRepository.add_relationship" -> "RelationshipRepository.append";
    "RelationshipRepository.count" -> "len";
    "ReportFormatter.print_boundary_cases" -> "ReportFormatter.print_heading";
    "ReportFormatter.print_boundary_cases" -> "print";
    "ReportFormatter.print_decision_tables" -> "ReportFormatter.print_heading";
    "ReportFormatter.print_decision_tables" -> "print";
    "ReportFormatter.print_heading" -> "print";
    "ReportFormatter.print_scenarios" -> "ReportFormatter.items";
    "ReportFormatter.print_scenarios" -> "ReportFormatter.print_heading";
    "ReportFormatter.print_scenarios" -> "enumerate";
    "ReportFormatter.print_scenarios" -> "print";
    "ScenarioGenerator.generate" -> "Scenario";
    "ScenarioGenerator.generate" -> "ScenarioGenerator.append";
    "ScenarioGenerator.generate" -> "ScenarioGenerator.items";
    "ScenarioGenerator.generate" -> "ScenarioGenerator.lower";
    "SearchService.__init__" -> "ClassRepository";
    "SearchService.__init__" -> "FunctionRepository";
    "SearchService.__init__" -> "MethodRepository";
    "SearchService.find_class" -> "SearchService.find_by_name";
    "SearchService.get_functions" -> "SearchService.get_all";
    "SearchService.get_methods" -> "SearchService.get_all";
    "TestCaseEngine.generate" -> "TestCase";
    "TestCaseEngine.generate" -> "TestCaseEngine.append";
    "TestCaseEngine.generate" -> "enumerate";
    "TestCaseGenerator.generate" -> "TestCase";
    "TestCaseGenerator.generate" -> "TestCaseGenerator.append";
    "TestCaseGenerator.generate" -> "TestCaseGenerator.get";
    "TestCaseRepository.save" -> "TestCaseRepository.dump";
    "TestCaseRepository.save" -> "asdict";
    "TestCaseRepository.save" -> "len";
    "TestCaseRepository.save" -> "open";
    "TestCaseRepository.save" -> "print";
    "TestCaseService.__init__" -> "TestCaseEngine";
    "TestCaseService.__init__" -> "TestCaseRepository";
    "TestCaseService.generate_test_cases" -> "TestCaseService.generate";
    "TestCaseService.generate_test_cases" -> "TestCaseService.save";
    "TestDataGenerator.generate" -> "TestData";
    "TestDataGenerator.generate" -> "TestDataGenerator.lower";
    "TestDesignEngine.__init__" -> "ConditionGenerator";
    "TestDesignEngine.__init__" -> "CoverageAnalyzer";
    "TestDesignEngine.__init__" -> "ScenarioGenerator";
    "TestDesignEngine.__init__" -> "TestCaseGenerator";
    "TestDesignEngine.__init__" -> "TestDataGenerator";
    "TestDesignEngine.generate" -> "TestDesignEngine.analyze";
    "TestDesignEngine.generate" -> "TestDesignEngine.append";
    "TestDesignEngine.generate" -> "TestDesignEngine.items";
    "TestDesignEngine.generate" -> "print";
    "UserService.__init__" -> "Logger";
    "UserService.__init__" -> "Repository";
    "VariableVisitor.__init__" -> "super";
    "analyze_impact" -> "enumerate";
    "analyze_impact" -> "get";
    "analyze_impact" -> "len";
    "analyze_impact" -> "print";
    "analyze_impact" -> "semantic_search";
    "analyze_requirement" -> "append";
    "analyze_requirement" -> "len";
    "analyze_requirement" -> "lower";
    "ask_llm" -> "chat";
    "ask_requirement_assistant" -> "ask_llm";
    "ask_requirement_assistant" -> "build_context";
    "ask_requirement_assistant" -> "build_prompt";
    "ask_requirement_assistant" -> "enumerate";
    "ask_requirement_assistant" -> "len";
    "ask_requirement_assistant" -> "print";
    "ask_requirement_assistant" -> "range";
    "ask_requirement_assistant" -> "retrieve_context";
    "build_context" -> "join";
    "build_prompt" -> "join";
    "build_relationship_graph" -> "append";
    "build_relationship_graph" -> "defaultdict";
    "build_relationship_graph" -> "dict";
    "classify_requirement" -> "any";
    "classify_requirement" -> "append";
    "classify_requirement" -> "lower";
    "extract_metadata" -> "any";
    "extract_metadata" -> "lower";
    "find_by_keyword" -> "lower";
    "find_by_product" -> "upper";
    "find_by_type" -> "upper";
    "format_datetime" -> "strftime";
    "generate_acceptance_criteria" -> "append";
    "generate_acceptance_criteria" -> "lower";
    "get_children" -> "get";
    "get_vector_db" -> "Chroma";
    "get_vector_db" -> "HuggingFaceEmbeddings";
    "load_requirements" -> "Path";
    "load_requirements" -> "Requirement";
    "load_requirements" -> "append";
    "load_requirements" -> "extend";
    "load_requirements" -> "get";
    "load_requirements" -> "isinstance";
    "load_requirements" -> "keys";
    "load_requirements" -> "open";
    "load_requirements" -> "rglob";
    "load_requirements" -> "safe_load";
    "load_requirements" -> "split";
    "load_requirements" -> "strip";
+     "main" -> "AICodeAssistantReport";
+     "main" -> "AICodeAssistantService";
    "main" -> "AdvancedArchitectureAnalysisService";
    "main" -> "AdvancedArchitectureReport";
    "main" -> "ArchitectureMetricsReport";
    "main" -> "ArchitectureMetricsService";
    "main" -> "BoundaryValueGenerator";
    "main" -> "ClassBuilder";
    "main" -> "ClassDependencyAnalysisService";
    "main" -> "ClassDependencyReport";
    "main" -> "ClassVisitor";
    "main" -> "CodeIntelligenceQueryReport";
    "main" -> "CodeIntelligenceQueryService";
    "main" -> "CodeModel";
    "main" -> "CodeModelBuilder";
    "main" -> "CodeRepository";
    "main" -> "CodeService";
    "main" -> "DecisionTableGenerator";
    "main" -> "DependencyAnalysisService";
    "main" -> "DependencyReport";
    "main" -> "DependencyService";
    "main" -> "DependencyVisualizationService";
    "main" -> "FunctionBuilder";
    "main" -> "FunctionVisitor";
    "main" -> "GraphTraversalReport";
    "main" -> "GraphTraversalService";
    "main" -> "ImpactAnalysisReport";
    "main" -> "ImpactAnalysisService";
    "main" -> "ImportVisitor";
    "main" -> "MethodBuilder";
    "main" -> "MethodVisitor";
    "main" -> "ModuleBuilder";
    "main" -> "Path";
    "main" -> "ProjectAnalysisService";
    "main" -> "PythonASTParser";
    "main" -> "RelationshipQueryReport";
    "main" -> "RelationshipQueryService";
    "main" -> "ReportFormatter";
    "main" -> "Requirement";
    "main" -> "SearchService";
    "main" -> "TestDesignEngine";
    "main" -> "analyze";
    "main" -> "analyze_impact";
    "main" -> "analyze_project";
    "main" -> "append";
    "main" -> "build_class";
    "main" -> "build_code";
    "main" -> "build_function";
    "main" -> "build_method";
    "main" -> "build_module";
    "main" -> "enumerate";
    "main" -> "export_all";
    "main" -> "find_class";
    "main" -> "generate";
    "main" -> "get";
    "main" -> "get_code_model";
    "main" -> "get_dependencies";
    "main" -> "get_functions";
    "main" -> "get_methods";
    "main" -> "input";
    "main" -> "items";
    "main" -> "len";
    "main" -> "load";
    "main" -> "parse";
    "main" -> "print";
    "main" -> "print_boundary_cases";
    "main" -> "print_decision_tables";
    "main" -> "print_report";
    "main" -> "print_scenarios";
    "main" -> "save";
    "main" -> "sorted";
    "main" -> "visit";
    "print_graph" -> "items";
    "print_graph" -> "print";
    "retrieve_context" -> "encode";
    "retrieve_context" -> "get_vector_db";
    "retrieve_context" -> "query";
    "retrieve_context" -> "similarity_search";
    "retrieve_context" -> "tolist";
    "semantic_search" -> "encode";
    "semantic_search" -> "query";
    "semantic_search" -> "tolist";
    "src/ic01/ac_generator.py" -> "models";
    "src/ic01/archive/temp_rag_assistant.py" -> "langchain_chroma";
    "src/ic01/archive/temp_rag_assistant.py" -> "langchain_huggingface";
    "src/ic01/archive/temp_rag_assistant.py" -> "ollama";
    "src/ic01/archive/tempmain.py" -> "loader";
    "src/ic01/classifier.py" -> "models";
    "src/ic01/impact_analysis.py" -> "vector_store";
    "src/ic01/loader.py" -> "models";
    "src/ic01/loader.py" -> "pathlib";
    "src/ic01/loader.py" -> "yaml";
    "src/ic01/main.py" -> "loader";
    "src/ic01/main.py" -> "search";
    "src/ic01/metadata.py" -> "models";
    "src/ic01/models.py" -> "dataclasses";
    "src/ic01/models.py" -> "typing";
    "src/ic01/rag_assistant.py" -> "chromadb";
    "src/ic01/rag_assistant.py" -> "ollama";
    "src/ic01/rag_assistant.py" -> "sentence_transformers";
    "src/ic01/relationships.py" -> "collections";
    "src/ic01/search.py" -> "models";
    "src/ic01/search_vector.py" -> "vector_store";
    "src/ic01/summarizer.py" -> "models";
    "src/ic01/test_vector_store.py" -> "loader";
    "src/ic01/test_vector_store.py" -> "vector_store";
    "src/ic01/vector_store.py" -> "chromadb";
    "src/ic01/vector_store.py" -> "sentence_transformers";
    "src/ic01/vector_store.py" -> "vector_store";
    "src/ic02/boundary_detector.py" -> "boundary_models";
    "src/ic02/boundary_detector.py" -> "re";
    "src/ic02/boundary_detector.py" -> "typing";
    "src/ic02/boundary_exporter.py" -> "boundary_models";
    "src/ic02/boundary_exporter.py" -> "dataclasses";
    "src/ic02/boundary_exporter.py" -> "json";
    "src/ic02/boundary_exporter.py" -> "pathlib";
    "src/ic02/boundary_models.py" -> "dataclasses";
    "src/ic02/boundary_models.py" -> "typing";
    "src/ic02/boundary_rules.py" -> "boundary_models";
    "src/ic02/boundary_rules.py" -> "typing";
    "src/ic02/boundary_value_generator.py" -> "boundary_detector";
    "src/ic02/boundary_value_generator.py" -> "boundary_exporter";
    "src/ic02/boundary_value_generator.py" -> "boundary_models";
    "src/ic02/boundary_value_generator.py" -> "boundary_rules";
    "src/ic02/engine/test_design_engine.py" -> "src.ic02.analyzers.coverage_analyzer";
    "src/ic02/engine/test_design_engine.py" -> "src.ic02.generators.condition_generator";
    "src/ic02/engine/test_design_engine.py" -> "src.ic02.generators.scenario_generator";
    "src/ic02/engine/test_design_engine.py" -> "src.ic02.generators.test_data_generator";
    "src/ic02/engine/test_design_engine.py" -> "src.ic02.generators.testcase_generator";
    "src/ic02/engine/test_design_engine.py" -> "src.ic02.models.requirement";
    "src/ic02/generators/boundary_value_generator.py" -> "re";
    "src/ic02/generators/boundary_value_generator.py" -> "src.ic02.models.boundary_model";
    "src/ic02/generators/boundary_value_generator.py" -> "src.ic02.repositories.boundary_repository";
    "src/ic02/generators/condition_generator.py" -> "src.ic02.data.condition_repository";
    "src/ic02/generators/condition_generator.py" -> "src.ic02.models.scenario";
    "src/ic02/generators/condition_generator.py" -> "src.ic02.models.test_condition";
    "src/ic02/generators/condition_generator.py" -> "typing";
    "src/ic02/generators/decision_table_generator.py" -> "src.ic02.models.decision_table_model";
    "src/ic02/generators/decision_table_generator.py" -> "src.ic02.repositories.decision_table_repository";
    "src/ic02/generators/scenario_generator.py" -> "src.ic02.data.scenario_repository";
    "src/ic02/generators/scenario_generator.py" -> "src.ic02.models.requirement";
    "src/ic02/generators/scenario_generator.py" -> "src.ic02.models.scenario";
    "src/ic02/generators/scenario_generator.py" -> "typing";
    "src/ic02/generators/test_case_engine.py" -> "src.ic02.models";
    "src/ic02/generators/test_case_engine.py" -> "typing";
    "src/ic02/generators/test_data_generator.py" -> "src.ic02.models.test_data";
    "src/ic02/generators/testcase_generator.py" -> "src.ic02.data.testcase_repository";
    "src/ic02/generators/testcase_generator.py" -> "src.ic02.models.test_case";
    "src/ic02/generators/testcase_generator.py" -> "src.ic02.models.test_condition";
    "src/ic02/generators/testcase_generator.py" -> "typing";
    "src/ic02/main.py" -> "src.ic02.engine.test_design_engine";
    "src/ic02/main.py" -> "src.ic02.formatters.report_formatter";
    "src/ic02/main.py" -> "src.ic02.generators.boundary_value_generator";
    "src/ic02/main.py" -> "src.ic02.generators.decision_table_generator";
    "src/ic02/main.py" -> "src.ic02.models.requirement";
    "src/ic02/main2.py" -> "src.ic02.engine.test_design_engine";
    "src/ic02/main2.py" -> "src.ic02.generators.boundary_value_generator";
    "src/ic02/main2.py" -> "src.ic02.models.requirement";
    "src/ic02/models/boundary_model.py" -> "dataclasses";
    "src/ic02/models/decision_table_model.py" -> "dataclasses";
    "src/ic02/models/decision_table_model.py" -> "typing";
    "src/ic02/models/requirement.py" -> "dataclasses";
    "src/ic02/models/requirement.py" -> "typing";
    "src/ic02/models/scenario.py" -> "dataclasses";
    "src/ic02/models/test_case.py" -> "dataclasses";
    "src/ic02/models/test_case.py" -> "typing";
    "src/ic02/models/test_condition.py" -> "dataclasses";
    "src/ic02/models/test_data.py" -> "dataclasses";
    "src/ic02/models/test_data.py" -> "typing";
    "src/ic02/repositories/boundary_repository.py" -> "src.ic02.models.boundary_model";
    "src/ic02/repositories/boundary_repository.py" -> "typing";
    "src/ic02/repositories/decision_table_repository.py" -> "src.ic02.models.decision_table_model";
    "src/ic02/repositories/decision_table_repository.py" -> "typing";
    "src/ic02/repositories/test_case_repository.py" -> "dataclasses";
    "src/ic02/repositories/test_case_repository.py" -> "json";
    "src/ic02/repositories/test_case_repository.py" -> "src.ic02.models";
    "src/ic02/repositories/test_case_repository.py" -> "typing";
    "src/ic02/services/test_case_service.py" -> "src.ic02.generators.test_case_engine";
    "src/ic02/services/test_case_service.py" -> "src.ic02.models";
    "src/ic02/services/test_case_service.py" -> "src.ic02.repositories.test_case_repository";
    "src/ic02/services/test_case_service.py" -> "typing";
    "src/ic02/test_boundary_generator.py" -> "boundary_value_generator";
    "src/ic03/analyzers/inheritance_builder.py" -> "collections";
    "src/ic03/analyzers/inheritance_builder.py" -> "src.ic03.models.class_model";
    "src/ic03/builders/class_builder.py" -> "models.class_model";
    "src/ic03/builders/class_dependency_builder.py" -> "parsers.python_ast_parser";
    "src/ic03/builders/class_dependency_builder.py" -> "pathlib";
    "src/ic03/builders/class_dependency_builder.py" -> "repository.dependency_repository";
    "src/ic03/builders/class_dependency_builder.py" -> "visitors.class_dependency_visitor";
    "src/ic03/builders/code_builder.py" -> "models.code_model";
    "src/ic03/builders/dependency_builder.py" -> "ast";
    "src/ic03/builders/dependency_builder.py" -> "pathlib";
    "src/ic03/builders/dependency_builder.py" -> "src.ic03.repository.dependency_repository";
    "src/ic03/builders/dependency_builder.py" -> "src.ic03.visitors.import_visitor";
    "src/ic03/builders/function_builder.py" -> "models.function_model";
    "src/ic03/builders/method_builder.py" -> "models.method_model";
    "src/ic03/builders/module_builder.py" -> "src.ic03.models.module_model";
    "src/ic03/config.py" -> "pathlib";
    "src/ic03/demo_visitors.py" -> "parsers.python_ast_parser";
    "src/ic03/demo_visitors.py" -> "pathlib";
    "src/ic03/demo_visitors.py" -> "visitors.class_visitor";
    "src/ic03/demo_visitors.py" -> "visitors.function_visitor";
    "src/ic03/demo_visitors.py" -> "visitors.import_visitor";
    "src/ic03/demo_visitors.py" -> "visitors.method_visitor";
    "src/ic03/file_scanner.py" -> "config";
    "src/ic03/file_scanner.py" -> "datetime";
    "src/ic03/file_scanner.py" -> "models.source_file";
    "src/ic03/file_scanner.py" -> "pathlib";
    "src/ic03/interfaces/parser_interface.py" -> "abc";
    "src/ic03/interfaces/parser_interface.py" -> "ast";
    "src/ic03/interfaces/parser_interface.py" -> "pathlib";
    "src/ic03/interfaces/repository_interface.py" -> "abc";
    "src/ic03/interfaces/service_interface.py" -> "abc";
    "src/ic03/main.py" -> "pathlib";
    "src/ic03/main.py" -> "src.ic03.reports.advanced_architecture_report";
+     "src/ic03/main.py" -> "src.ic03.reports.ai_code_assistant_report";
    "src/ic03/main.py" -> "src.ic03.reports.architecture_metrics_report";
    "src/ic03/main.py" -> "src.ic03.reports.class_dependency_report";
    "src/ic03/main.py" -> "src.ic03.reports.code_intelligence_query_report";
    "src/ic03/main.py" -> "src.ic03.reports.dependency_report";
    "src/ic03/main.py" -> "src.ic03.reports.graph_traversal_report";
    "src/ic03/main.py" -> "src.ic03.reports.impact_analysis_report";
    "src/ic03/main.py" -> "src.ic03.reports.relationship_query_report";
    "src/ic03/main.py" -> "src.ic03.services.advanced_architecture_analysis_service";
+     "src/ic03/main.py" -> "src.ic03.services.ai_code_assistant_service";
    "src/ic03/main.py" -> "src.ic03.services.architecture_metrics_service";
    "src/ic03/main.py" -> "src.ic03.services.class_dependency_analysis_service";
    "src/ic03/main.py" -> "src.ic03.services.code_intelligence_query_service";
    "src/ic03/main.py" -> "src.ic03.services.dependency_analysis_service";
    "src/ic03/main.py" -> "src.ic03.services.dependency_visualization_service";
    "src/ic03/main.py" -> "src.ic03.services.graph_traversal_service";
    "src/ic03/main.py" -> "src.ic03.services.impact_analysis_service";
    "src/ic03/main.py" -> "src.ic03.services.project_analysis_service";
    "src/ic03/main.py" -> "src.ic03.services.relationship_query_service";
    "src/ic03/models/__init__.py" -> "dependency";
    "src/ic03/models/__init__.py" -> "dependency_type";
    "src/ic03/models/class_model.py" -> "dataclasses";
    "src/ic03/models/class_model.py" -> "method_model";
    "src/ic03/models/code_model.py" -> "dataclasses";
    "src/ic03/models/code_model.py" -> "module_model";
    "src/ic03/models/dependency.py" -> "dataclasses";
    "src/ic03/models/dependency_type.py" -> "enum";
    "src/ic03/models/function_model.py" -> "dataclasses";
    "src/ic03/models/method_model.py" -> "dataclasses";
    "src/ic03/models/module_model.py" -> "class_model";
    "src/ic03/models/module_model.py" -> "dataclasses";
    "src/ic03/models/module_model.py" -> "function_model";
    "src/ic03/models/relationship.py" -> "dataclasses";
    "src/ic03/models/relationship_type.py" -> "enum";
    "src/ic03/models/source_file.py" -> "dataclasses";
    "src/ic03/models/source_file.py" -> "datetime";
    "src/ic03/models/source_file.py" -> "pathlib";
    "src/ic03/parsers/python_ast_parser.py" -> "ast";
    "src/ic03/parsers/python_ast_parser.py" -> "pathlib";
    "src/ic03/parsers/python_ast_parser.py" -> "src.ic03.interfaces.parser_interface";
    "src/ic03/project_loader.py" -> "pathlib";
    "src/ic03/reports/class_dependency_report.py" -> "collections";
    "src/ic03/reports/class_dependency_report.py" -> "services.class_dependency_analysis_service";
    "src/ic03/reports/relationship_query_report.py" -> "src.ic03.services.relationship_query_service";
    "src/ic03/repository/class_repository.py" -> "models.class_model";
    "src/ic03/repository/code_repository.py" -> "models.code_model";
    "src/ic03/repository/dependency_repository.py" -> "src.ic03.models.dependency";
    "src/ic03/repository/dependency_repository.py" -> "typing";
    "src/ic03/repository/function_repository.py" -> "models.function_model";
    "src/ic03/repository/method_repository.py" -> "models.method_model";
    "src/ic03/repository/module_repository.py" -> "models.module_model";
    "src/ic03/repository/relationship_repository.py" -> "collections";
    "src/ic03/repository/relationship_repository.py" -> "src.ic03.models.relationship";
    "src/ic03/services/class_dependency_analysis_service.py" -> "builders.class_dependency_builder";
    "src/ic03/services/class_dependency_analysis_service.py" -> "pathlib";
    "src/ic03/services/class_dependency_analysis_service.py" -> "repository.dependency_repository";
    "src/ic03/services/code_service.py" -> "models.code_model";
    "src/ic03/services/code_service.py" -> "repository.code_repository";
    "src/ic03/services/dependency_analysis_service.py" -> "ast";
    "src/ic03/services/dependency_analysis_service.py" -> "collections";
    "src/ic03/services/dependency_analysis_service.py" -> "pathlib";
    "src/ic03/services/dependency_analysis_service.py" -> "src.ic03.analyzers.inheritance_builder";
    "src/ic03/services/dependency_analysis_service.py" -> "src.ic03.builders.dependency_builder";
    "src/ic03/services/dependency_analysis_service.py" -> "src.ic03.models.relationship";
    "src/ic03/services/dependency_analysis_service.py" -> "src.ic03.models.relationship_type";
    "src/ic03/services/dependency_analysis_service.py" -> "src.ic03.repository.dependency_repository";
    "src/ic03/services/dependency_analysis_service.py" -> "src.ic03.repository.relationship_repository";
    "src/ic03/services/dependency_analysis_service.py" -> "src.ic03.visitors.call_graph_visitor";
    "src/ic03/services/dependency_analysis_service.py" -> "src.ic03.visitors.class_visitor";
    "src/ic03/services/dependency_visualization_service.py" -> "pathlib";
    "src/ic03/services/dependency_visualization_service.py" -> "src.ic03.models.relationship_type";
    "src/ic03/services/graph_traversal_service.py" -> "collections";
    "src/ic03/services/project_analysis_service.py" -> "builders.class_builder";
    "src/ic03/services/project_analysis_service.py" -> "builders.code_builder";
    "src/ic03/services/project_analysis_service.py" -> "builders.function_builder";
    "src/ic03/services/project_analysis_service.py" -> "builders.method_builder";
    "src/ic03/services/project_analysis_service.py" -> "builders.module_builder";
    "src/ic03/services/project_analysis_service.py" -> "file_scanner";
    "src/ic03/services/project_analysis_service.py" -> "parsers.python_ast_parser";
    "src/ic03/services/project_analysis_service.py" -> "project_loader";
    "src/ic03/services/project_analysis_service.py" -> "repository.class_repository";
    "src/ic03/services/project_analysis_service.py" -> "repository.code_repository";
    "src/ic03/services/project_analysis_service.py" -> "repository.function_repository";
    "src/ic03/services/project_analysis_service.py" -> "repository.method_repository";
    "src/ic03/services/project_analysis_service.py" -> "repository.module_repository";
    "src/ic03/services/project_analysis_service.py" -> "visitors.class_visitor";
    "src/ic03/services/project_analysis_service.py" -> "visitors.function_visitor";
    "src/ic03/services/project_analysis_service.py" -> "visitors.import_visitor";
    "src/ic03/services/project_analysis_service.py" -> "visitors.method_visitor";
    "src/ic03/services/relationship_query_service.py" -> "collections";
    "src/ic03/services/relationship_query_service.py" -> "src.ic03.models.relationship_type";
    "src/ic03/services/relationship_query_service.py" -> "src.ic03.repository.relationship_repository";
    "src/ic03/services/search_service.py" -> "repository.class_repository";
    "src/ic03/services/search_service.py" -> "repository.function_repository";
    "src/ic03/services/search_service.py" -> "repository.method_repository";
    "src/ic03/services/temp_das.py" -> "ast";
    "src/ic03/services/temp_das.py" -> "collections";
    "src/ic03/services/temp_das.py" -> "pathlib";
    "src/ic03/services/temp_das.py" -> "src.ic03.analyzers.inheritance_builder";
    "src/ic03/services/temp_das.py" -> "src.ic03.builders.dependency_builder";
    "src/ic03/services/temp_das.py" -> "src.ic03.models.relationship";
    "src/ic03/services/temp_das.py" -> "src.ic03.models.relationship_type";
    "src/ic03/services/temp_das.py" -> "src.ic03.repository.dependency_repository";
    "src/ic03/services/temp_das.py" -> "src.ic03.repository.relationship_repository";
    "src/ic03/services/temp_das.py" -> "src.ic03.visitors.call_graph_visitor";
    "src/ic03/services/temp_das.py" -> "src.ic03.visitors.class_visitor";
    "src/ic03/temp_main.py" -> "pathlib";
    "src/ic03/temp_main.py" -> "src.ic03.reports.advanced_architecture_report";
    "src/ic03/temp_main.py" -> "src.ic03.reports.architecture_metrics_report";
    "src/ic03/temp_main.py" -> "src.ic03.reports.class_dependency_report";
+     "src/ic03/temp_main.py" -> "src.ic03.reports.code_intelligence_query_report";
    "src/ic03/temp_main.py" -> "src.ic03.reports.dependency_report";
    "src/ic03/temp_main.py" -> "src.ic03.reports.graph_traversal_report";
    "src/ic03/temp_main.py" -> "src.ic03.reports.impact_analysis_report";
    "src/ic03/temp_main.py" -> "src.ic03.reports.relationship_query_report";
    "src/ic03/temp_main.py" -> "src.ic03.services.advanced_architecture_analysis_service";
    "src/ic03/temp_main.py" -> "src.ic03.services.architecture_metrics_service";
    "src/ic03/temp_main.py" -> "src.ic03.services.class_dependency_analysis_service";
+     "src/ic03/temp_main.py" -> "src.ic03.services.code_intelligence_query_service";
    "src/ic03/temp_main.py" -> "src.ic03.services.dependency_analysis_service";
    "src/ic03/temp_main.py" -> "src.ic03.services.dependency_visualization_service";
    "src/ic03/temp_main.py" -> "src.ic03.services.graph_traversal_service";
    "src/ic03/temp_main.py" -> "src.ic03.services.impact_analysis_service";
    "src/ic03/temp_main.py" -> "src.ic03.services.project_analysis_service";
    "src/ic03/temp_main.py" -> "src.ic03.services.relationship_query_service";
    "src/ic03/tests/test_project_analysis_service.py" -> "services.project_analysis_service";
    "src/ic03/tests/test_repository.py" -> "models.code_model";
    "src/ic03/tests/test_repository.py" -> "repository.code_repository";
    "src/ic03/tests/test_services.py" -> "models.code_model";
    "src/ic03/tests/test_services.py" -> "services.code_service";
    "src/ic03/tests/test_services.py" -> "services.dependency_service";
    "src/ic03/tests/test_services.py" -> "services.search_service";
    "src/ic03/tests/test_visitors.py" -> "builders.class_builder";
    "src/ic03/tests/test_visitors.py" -> "builders.function_builder";
    "src/ic03/tests/test_visitors.py" -> "pathlib";
    "src/ic03/tests/test_visitors.py" -> "src.ic03.builders.code_builder";
    "src/ic03/tests/test_visitors.py" -> "src.ic03.builders.method_builder";
    "src/ic03/tests/test_visitors.py" -> "src.ic03.builders.module_builder";
    "src/ic03/tests/test_visitors.py" -> "src.ic03.parsers.python_ast_parser";
    "src/ic03/tests/test_visitors.py" -> "src.ic03.visitors.class_visitor";
    "src/ic03/tests/test_visitors.py" -> "src.ic03.visitors.function_visitor";
    "src/ic03/tests/test_visitors.py" -> "src.ic03.visitors.import_visitor";
    "src/ic03/tests/test_visitors.py" -> "src.ic03.visitors.method_visitor";
    "src/ic03/utils.py" -> "datetime";
    "src/ic03/visitors/annotation_visitor.py" -> "base_visitor";
    "src/ic03/visitors/assignment_visitor.py" -> "base_visitor";
    "src/ic03/visitors/base_visitor.py" -> "ast";
    "src/ic03/visitors/call_graph_visitor.py" -> "ast";
    "src/ic03/visitors/call_graph_visitor.py" -> "base_visitor";
    "src/ic03/visitors/call_graph_visitor.py" -> "models.dependency";
    "src/ic03/visitors/call_graph_visitor.py" -> "models.dependency_type";
    "src/ic03/visitors/class_dependency_visitor.py" -> "ast";
    "src/ic03/visitors/class_dependency_visitor.py" -> "base_visitor";
    "src/ic03/visitors/class_dependency_visitor.py" -> "models.dependency";
    "src/ic03/visitors/class_dependency_visitor.py" -> "models.dependency_type";
    "src/ic03/visitors/class_visitor.py" -> "ast";
    "src/ic03/visitors/class_visitor.py" -> "base_visitor";
    "src/ic03/visitors/class_visitor.py" -> "src.ic03.models.class_model";
    "src/ic03/visitors/complexity_visitor.py" -> "base_visitor";
    "src/ic03/visitors/dependency_visitor.py" -> "base_visitor";
    "src/ic03/visitors/docstring_visitor.py" -> "base_visitor";
    "src/ic03/visitors/exception_visitor.py" -> "visitors.base_visitor";
    "src/ic03/visitors/function_visitor.py" -> "base_visitor";
    "src/ic03/visitors/import_visitor.py" -> "ast";
    "src/ic03/visitors/import_visitor.py" -> "base_visitor";
    "src/ic03/visitors/import_visitor.py" -> "src.ic03.models.dependency";
    "src/ic03/visitors/import_visitor.py" -> "src.ic03.models.dependency_type";
    "src/ic03/visitors/inheritance_visitor.py" -> "ast";
    "src/ic03/visitors/inheritance_visitor.py" -> "base_visitor";
    "src/ic03/visitors/inheritance_visitor.py" -> "models.dependency";
    "src/ic03/visitors/inheritance_visitor.py" -> "models.dependency_type";
    "src/ic03/visitors/method_visitor.py" -> "ast";
    "src/ic03/visitors/method_visitor.py" -> "base_visitor";
    "src/ic03/visitors/variable_visitor.py" -> "base_visitor";
    "store_requirement" -> "add";
    "store_requirement" -> "encode";
    "store_requirement" -> "tolist";
    "summarize_requirement" -> "len";
    "test_age_boundary" -> "BoundaryValueGenerator";
    "test_age_boundary" -> "generate";
    "test_age_boundary" -> "len";
    "test_age_boundary" -> "print";
    "test_password_boundary" -> "BoundaryValueGenerator";
    "test_password_boundary" -> "generate";
    "test_password_boundary" -> "len";
    "test_password_boundary" -> "print";
    "test_quantity_boundary" -> "BoundaryValueGenerator";
    "test_quantity_boundary" -> "generate";
    "test_quantity_boundary" -> "len";
    "test_quantity_boundary" -> "print";
}
